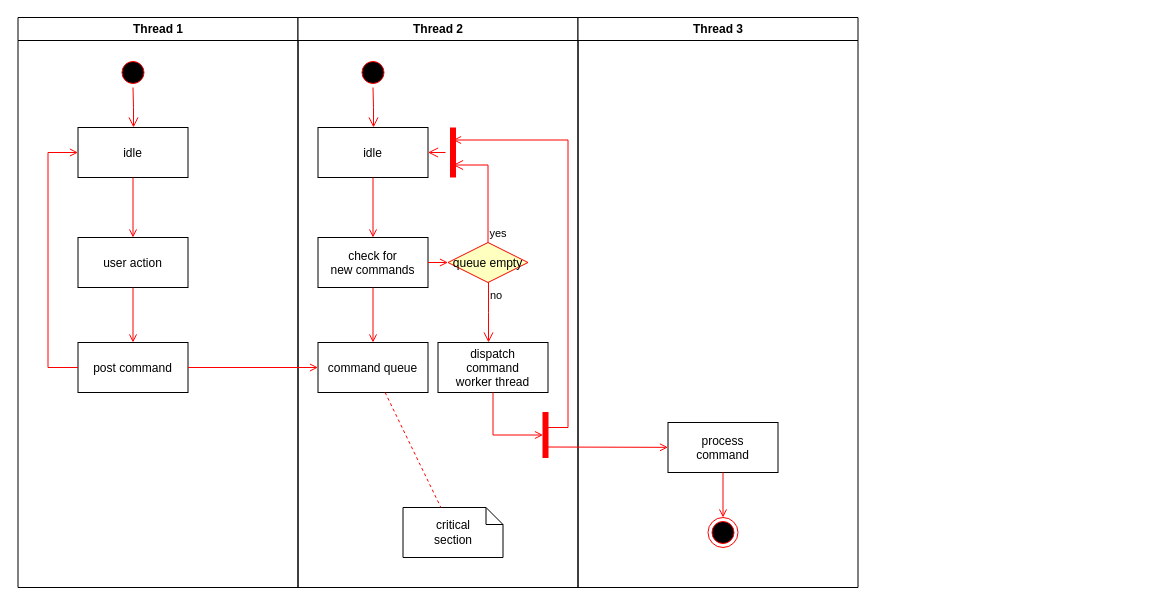
The draw.io diagram drawio/user_center_login.drawio in hwholiday/learning_tools, before the edit. Source tidied: cells renumbered, new cells numbered last; positions are measured from the earlier drawing's top-left corner, leaving out a move shared by most shapes. Both pictures are drawn from the tidied source at 100%, with x=0, y=0 at pixel (17, 17).
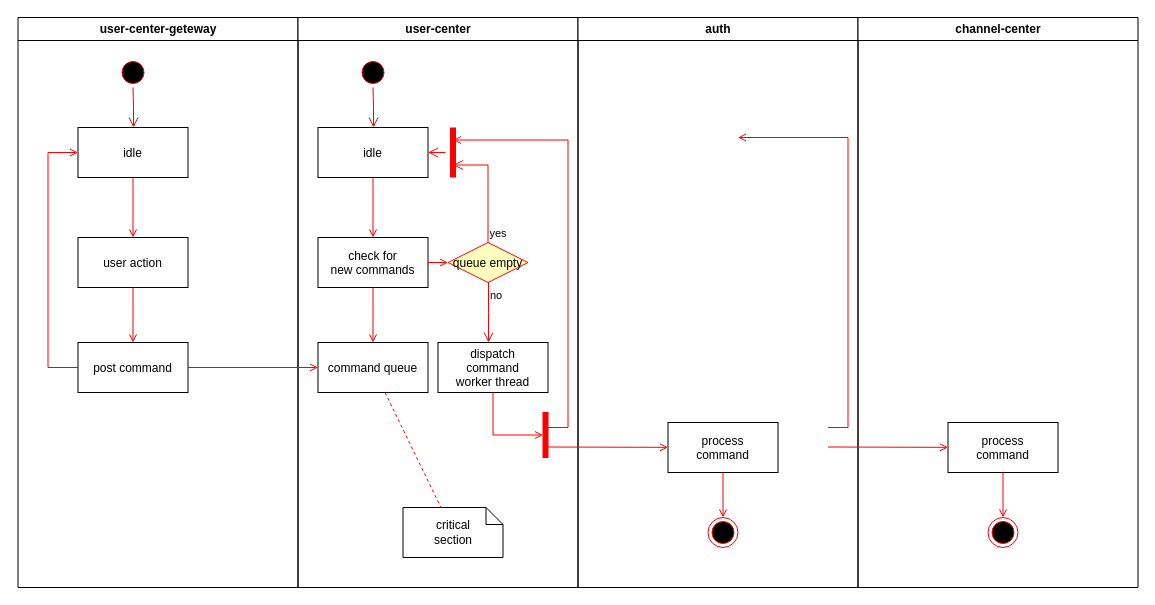
After the change.

What changed in the source:
```diff
@@
-    <mxCell id="2" value="Thread 1" style="swimlane;whiteSpace=wrap;" parent="1" vertex="1">
+    <mxCell id="2" value="user-center-geteway" style="swimlane;whiteSpace=wrap;" parent="1" vertex="1">
       <mxGeometry x="0.5" width="280" height="570" as="geometry" />
     </mxCell>
@@
-    <mxCell id="11" value="Thread 2" style="swimlane;whiteSpace=wrap;" parent="1" vertex="1">
+    <mxCell id="11" value="user-center" style="swimlane;whiteSpace=wrap;" parent="1" vertex="1">
       <mxGeometry x="280.5" width="280" height="570" as="geometry" />
     </mxCell>
@@
-    <mxCell id="30" value="Thread 3" style="swimlane;whiteSpace=wrap;" parent="1" vertex="1">
+    <mxCell id="30" value="auth" style="swimlane;whiteSpace=wrap;" parent="1" vertex="1">
       <mxGeometry x="560.5" width="280" height="570" as="geometry" />
     </mxCell>
@@
+    <mxCell id="37" value="channel-center" style="swimlane;whiteSpace=wrap;startSize=23;" parent="1" vertex="1">
+      <mxGeometry x="840.5" width="280" height="570" as="geometry" />
+    </mxCell>
+    <mxCell id="38" value="process&#10;command" parent="37" vertex="1">
+      <mxGeometry x="90" y="405" width="110" height="50" as="geometry" />
+    </mxCell>
+    <mxCell id="39" style="edgeStyle=elbowEdgeStyle;elbow=horizontal;strokeColor=#FF0000;endArrow=open;endFill=1;rounded=0;entryX=0.25;entryY=0.5;entryPerimeter=0;" parent="37" edge="1">
+      <mxGeometry relative="1" as="geometry">
+        <mxPoint x="-30" y="410" as="sourcePoint" />
+        <mxPoint x="-120" y="120" as="targetPoint" />
+        <Array as="points">
+          <mxPoint x="-10" y="135" />
+        </Array>
+      </mxGeometry>
+    </mxCell>
+    <mxCell id="40" style="edgeStyle=none;strokeColor=#FF0000;endArrow=open;endFill=1;rounded=0;" parent="37" edge="1" target="38">
+      <mxGeometry relative="1" as="geometry">
+        <mxPoint x="-30" y="429.5" as="sourcePoint" />
+      </mxGeometry>
+    </mxCell>
+    <mxCell id="41" style="ellipse;shape=endState;fillColor=#000000;strokeColor=#ff0000;" parent="37" vertex="1">
+      <mxGeometry x="130" y="500" width="30" height="30" as="geometry" />
+    </mxCell>
+    <mxCell id="42" style="endArrow=open;strokeColor=#FF0000;endFill=1;rounded=0;" parent="37" edge="1" source="38" target="41">
+      <mxGeometry relative="1" as="geometry" />
+    </mxCell>
```
